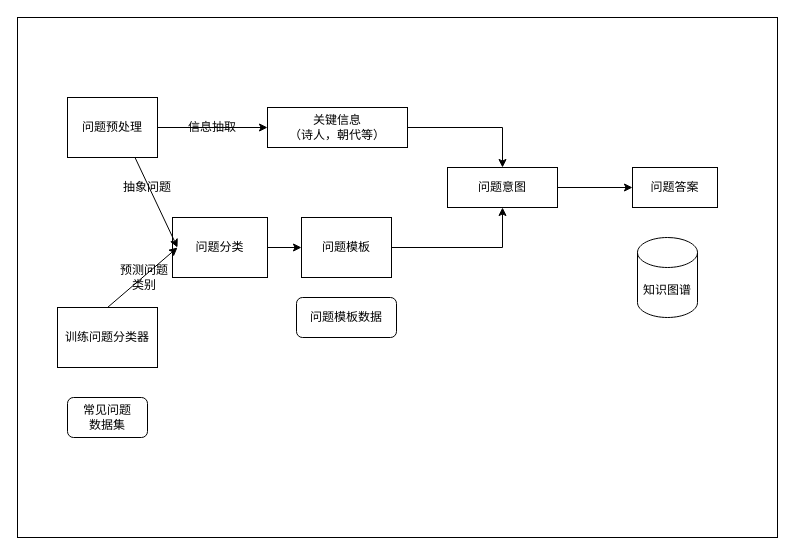
This is page "Page-5" (5 of 6) of 毕设.drawio from xiqisz/KGQA_HLM, a draw.io file, before an edit. Source tidied: cells renumbered, new cells numbered last; positions are measured from the earlier drawing's top-left corner, leaving out a move shared by most shapes. Both pictures are drawn from the tidied source at 100%, with x=0, y=0 at pixel (17, 17).
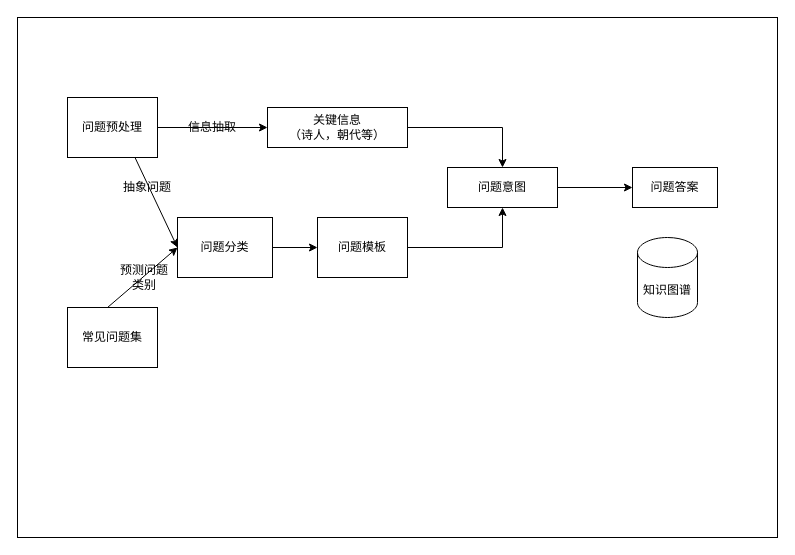
The same diagram, later.

Diff of the diagram source:
```diff
@@
-    <mxCell id="12" value="训练问题分类器" style="rounded=0;whiteSpace=wrap;html=1;" parent="1" vertex="1">
-      <mxGeometry x="40" y="290" width="100" height="60" as="geometry" />
-    </mxCell>
     <mxCell id="13" value="问题分类" style="rounded=0;whiteSpace=wrap;html=1;" parent="1" vertex="1">
-      <mxGeometry x="155" y="200" width="95" height="60" as="geometry" />
+      <mxGeometry x="160" y="200" width="95" height="60" as="geometry" />
     </mxCell>
@@
     <mxCell id="15" value="问题模板" style="rounded=0;whiteSpace=wrap;html=1;" parent="1" vertex="1">
-      <mxGeometry x="284" y="200" width="90" height="60" as="geometry" />
+      <mxGeometry x="300" y="200" width="90" height="60" as="geometry" />
     </mxCell>
@@
-    <mxCell id="17" style="endArrow=classic;html=1;exitX=0.5;exitY=0;exitDx=0;exitDy=0;" parent="1" edge="1" source="12">
+    <mxCell id="17" style="endArrow=classic;html=1;exitX=0.5;exitY=0;exitDx=0;exitDy=0;" parent="1" edge="1">
       <mxGeometry relative="1" as="geometry">
+        <mxPoint x="90" y="290" as="sourcePoint" />
         <mxPoint x="160" y="230" as="targetPoint" />
       </mxGeometry>
     </mxCell>
@@
-    <mxCell id="21" value="常见问题&lt;br&gt;数据集" style="rounded=1;whiteSpace=wrap;html=1;" parent="1" vertex="1">
-      <mxGeometry x="50" y="380" width="80" height="40" as="geometry" />
-    </mxCell>
-    <mxCell id="22" value="问题模板数据" style="rounded=1;whiteSpace=wrap;html=1;" parent="1" vertex="1">
-      <mxGeometry x="279" y="280" width="100" height="40" as="geometry" />
-    </mxCell>
+    <mxCell id="23" value="常见问题集" style="rounded=0;whiteSpace=wrap;html=1;" parent="1" vertex="1">
+      <mxGeometry x="50" y="290" width="90" height="60" as="geometry" />
+    </mxCell>
```
